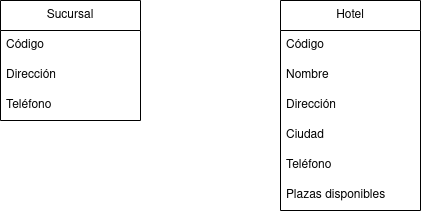
Earlier version of the draw.io export Tema 5. Diagramas de clase/Tarea 2. Agencia viajes/img/AgenciaViajes.drawio.png (colidom/ets). Source tidied: cells renumbered, new cells last; positions are measured from the earlier drawing's top-left corner, leaving out a move shared by most shapes. Source of this version:
```xml
<mxGraphModel>
  <root>
    <mxCell id="0" />
    <mxCell id="1" parent="0" />
    <mxCell id="2" value="&lt;div&gt;Sucursal&lt;/div&gt;" style="swimlane;fontStyle=0;horizontal=1;startSize=30;whiteSpace=wrap;html=1;" parent="1" vertex="1">
      <mxGeometry width="140" height="120" as="geometry" />
    </mxCell>
    <mxCell id="3" value="Código" style="text;strokeColor=none;fillColor=none;align=left;verticalAlign=middle;spacingLeft=4;spacingRight=4;overflow=hidden;points=[[0,0.5],[1,0.5]];portConstraint=eastwest;whiteSpace=wrap;html=1;" parent="2" vertex="1">
      <mxGeometry y="30" width="140" height="30" as="geometry" />
    </mxCell>
    <mxCell id="4" value="Dirección" style="text;strokeColor=none;fillColor=none;align=left;verticalAlign=middle;spacingLeft=4;spacingRight=4;overflow=hidden;points=[[0,0.5],[1,0.5]];portConstraint=eastwest;whiteSpace=wrap;html=1;" parent="2" vertex="1">
      <mxGeometry y="60" width="140" height="30" as="geometry" />
    </mxCell>
    <mxCell id="5" value="Teléfono" style="text;strokeColor=none;fillColor=none;align=left;verticalAlign=middle;spacingLeft=4;spacingRight=4;overflow=hidden;whiteSpace=wrap;html=1;" parent="2" vertex="1">
      <mxGeometry y="90" width="140" height="30" as="geometry" />
    </mxCell>
    <mxCell id="6" value="Hotel" style="swimlane;fontStyle=0;horizontal=1;startSize=30;whiteSpace=wrap;html=1;" parent="1" vertex="1">
      <mxGeometry x="280" width="140" height="210" as="geometry" />
    </mxCell>
    <mxCell id="7" value="Código" style="text;strokeColor=none;fillColor=none;align=left;verticalAlign=middle;spacingLeft=4;spacingRight=4;overflow=hidden;whiteSpace=wrap;html=1;" parent="6" vertex="1">
      <mxGeometry y="30" width="140" height="30" as="geometry" />
    </mxCell>
    <mxCell id="8" value="Nombre" style="text;strokeColor=none;fillColor=none;align=left;verticalAlign=middle;spacingLeft=4;spacingRight=4;overflow=hidden;whiteSpace=wrap;html=1;" parent="6" vertex="1">
      <mxGeometry y="60" width="140" height="30" as="geometry" />
    </mxCell>
    <mxCell id="9" value="Dirección" style="text;strokeColor=none;fillColor=none;align=left;verticalAlign=middle;spacingLeft=4;spacingRight=4;overflow=hidden;whiteSpace=wrap;html=1;" parent="6" vertex="1">
      <mxGeometry y="90" width="140" height="30" as="geometry" />
    </mxCell>
    <mxCell id="10" value="Ciudad" style="text;strokeColor=none;fillColor=none;align=left;verticalAlign=middle;spacingLeft=4;spacingRight=4;overflow=hidden;points=[[0,0.5],[1,0.5]];portConstraint=eastwest;whiteSpace=wrap;html=1;" parent="6" vertex="1">
      <mxGeometry y="120" width="140" height="30" as="geometry" />
    </mxCell>
    <mxCell id="11" value="Teléfono" style="text;strokeColor=none;fillColor=none;align=left;verticalAlign=middle;spacingLeft=4;spacingRight=4;overflow=hidden;whiteSpace=wrap;html=1;" parent="6" vertex="1">
      <mxGeometry y="150" width="140" height="30" as="geometry" />
    </mxCell>
    <mxCell id="12" value="Plazas disponibles" style="text;strokeColor=none;fillColor=none;align=left;verticalAlign=middle;spacingLeft=4;spacingRight=4;overflow=hidden;whiteSpace=wrap;html=1;" parent="6" vertex="1">
      <mxGeometry y="180" width="140" height="30" as="geometry" />
    </mxCell>
  </root>
</mxGraphModel>
```
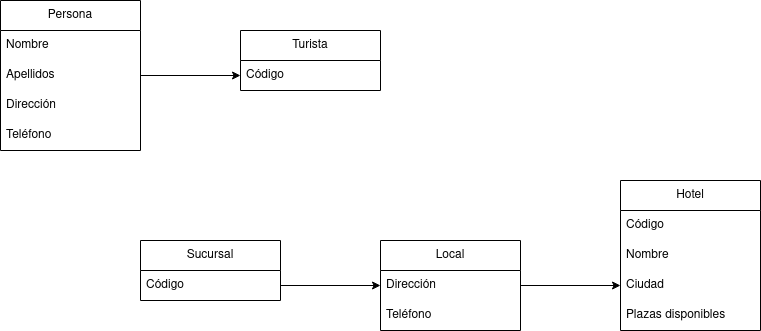
The same diagram one commit later.

Diff of the diagram source:
```diff
@@ -3,19 +3,13 @@
     <mxCell id="0" />
     <mxCell id="1" parent="0" />
     <mxCell id="2" value="&lt;div&gt;Sucursal&lt;/div&gt;" style="swimlane;fontStyle=0;horizontal=1;startSize=30;whiteSpace=wrap;html=1;" parent="1" vertex="1">
-      <mxGeometry width="140" height="120" as="geometry" />
+      <mxGeometry x="100" y="320" width="140" height="60" as="geometry" />
     </mxCell>
     <mxCell id="3" value="Código" style="text;strokeColor=none;fillColor=none;align=left;verticalAlign=middle;spacingLeft=4;spacingRight=4;overflow=hidden;points=[[0,0.5],[1,0.5]];portConstraint=eastwest;whiteSpace=wrap;html=1;" parent="2" vertex="1">
       <mxGeometry y="30" width="140" height="30" as="geometry" />
     </mxCell>
-    <mxCell id="4" value="Dirección" style="text;strokeColor=none;fillColor=none;align=left;verticalAlign=middle;spacingLeft=4;spacingRight=4;overflow=hidden;points=[[0,0.5],[1,0.5]];portConstraint=eastwest;whiteSpace=wrap;html=1;" parent="2" vertex="1">
-      <mxGeometry y="60" width="140" height="30" as="geometry" />
-    </mxCell>
-    <mxCell id="5" value="Teléfono" style="text;strokeColor=none;fillColor=none;align=left;verticalAlign=middle;spacingLeft=4;spacingRight=4;overflow=hidden;whiteSpace=wrap;html=1;" parent="2" vertex="1">
-      <mxGeometry y="90" width="140" height="30" as="geometry" />
-    </mxCell>
     <mxCell id="6" value="Hotel" style="swimlane;fontStyle=0;horizontal=1;startSize=30;whiteSpace=wrap;html=1;" parent="1" vertex="1">
-      <mxGeometry x="280" width="140" height="210" as="geometry" />
+      <mxGeometry x="580" y="260" width="140" height="150" as="geometry" />
     </mxCell>
     <mxCell id="7" value="Código" style="text;strokeColor=none;fillColor=none;align=left;verticalAlign=middle;spacingLeft=4;spacingRight=4;overflow=hidden;whiteSpace=wrap;html=1;" parent="6" vertex="1">
       <mxGeometry y="30" width="140" height="30" as="geometry" />
@@ -23,17 +17,50 @@
     <mxCell id="8" value="Nombre" style="text;strokeColor=none;fillColor=none;align=left;verticalAlign=middle;spacingLeft=4;spacingRight=4;overflow=hidden;whiteSpace=wrap;html=1;" parent="6" vertex="1">
       <mxGeometry y="60" width="140" height="30" as="geometry" />
     </mxCell>
+    <mxCell id="10" value="Ciudad" style="text;strokeColor=none;fillColor=none;align=left;verticalAlign=middle;spacingLeft=4;spacingRight=4;overflow=hidden;points=[[0,0.5],[1,0.5]];portConstraint=eastwest;whiteSpace=wrap;html=1;" parent="6" vertex="1">
+      <mxGeometry y="90" width="140" height="30" as="geometry" />
+    </mxCell>
+    <mxCell id="12" value="Plazas disponibles" style="text;strokeColor=none;fillColor=none;align=left;verticalAlign=middle;spacingLeft=4;spacingRight=4;overflow=hidden;whiteSpace=wrap;html=1;" parent="6" vertex="1">
+      <mxGeometry y="120" width="140" height="30" as="geometry" />
+    </mxCell>
+    <mxCell id="13" value="&lt;div&gt;Persona&lt;/div&gt;" style="swimlane;fontStyle=0;horizontal=1;startSize=30;whiteSpace=wrap;html=1;" parent="1" vertex="1">
+      <mxGeometry x="-40" y="80" width="140" height="150" as="geometry" />
+    </mxCell>
+    <mxCell id="14" value="Nombre" style="text;strokeColor=none;fillColor=none;align=left;verticalAlign=middle;spacingLeft=4;spacingRight=4;overflow=hidden;whiteSpace=wrap;html=1;" parent="13" vertex="1">
+      <mxGeometry y="30" width="140" height="30" as="geometry" />
+    </mxCell>
+    <mxCell id="15" value="Apellidos" style="text;strokeColor=none;fillColor=none;align=left;verticalAlign=middle;spacingLeft=4;spacingRight=4;overflow=hidden;points=[[0,0.5],[1,0.5]];portConstraint=eastwest;whiteSpace=wrap;html=1;" parent="13" vertex="1">
+      <mxGeometry y="60" width="140" height="30" as="geometry" />
+    </mxCell>
-    <mxCell id="9" value="Dirección" style="text;strokeColor=none;fillColor=none;align=left;verticalAlign=middle;spacingLeft=4;spacingRight=4;overflow=hidden;whiteSpace=wrap;html=1;" parent="6" vertex="1">
+    <mxCell id="9" value="Dirección" style="text;strokeColor=none;fillColor=none;align=left;verticalAlign=middle;spacingLeft=4;spacingRight=4;overflow=hidden;whiteSpace=wrap;html=1;" parent="13" vertex="1">
       <mxGeometry y="90" width="140" height="30" as="geometry" />
     </mxCell>
-    <mxCell id="10" value="Ciudad" style="text;strokeColor=none;fillColor=none;align=left;verticalAlign=middle;spacingLeft=4;spacingRight=4;overflow=hidden;points=[[0,0.5],[1,0.5]];portConstraint=eastwest;whiteSpace=wrap;html=1;" parent="6" vertex="1">
-      <mxGeometry y="120" width="140" height="30" as="geometry" />
-    </mxCell>
-    <mxCell id="11" value="Teléfono" style="text;strokeColor=none;fillColor=none;align=left;verticalAlign=middle;spacingLeft=4;spacingRight=4;overflow=hidden;whiteSpace=wrap;html=1;" parent="6" vertex="1">
-      <mxGeometry y="150" width="140" height="30" as="geometry" />
-    </mxCell>
-    <mxCell id="12" value="Plazas disponibles" style="text;strokeColor=none;fillColor=none;align=left;verticalAlign=middle;spacingLeft=4;spacingRight=4;overflow=hidden;whiteSpace=wrap;html=1;" parent="6" vertex="1">
-      <mxGeometry y="180" width="140" height="30" as="geometry" />
-    </mxCell>
+    <mxCell id="16" value="Teléfono" style="text;strokeColor=none;fillColor=none;align=left;verticalAlign=middle;spacingLeft=4;spacingRight=4;overflow=hidden;whiteSpace=wrap;html=1;" parent="13" vertex="1">
+      <mxGeometry y="120" width="140" height="30" as="geometry" />
+    </mxCell>
+    <mxCell id="17" value="Turista" style="swimlane;fontStyle=0;horizontal=1;startSize=30;whiteSpace=wrap;html=1;" parent="1" vertex="1">
+      <mxGeometry x="200" y="110" width="140" height="60" as="geometry" />
+    </mxCell>
+    <mxCell id="18" value="Código" style="text;strokeColor=none;fillColor=none;align=left;verticalAlign=middle;spacingLeft=4;spacingRight=4;overflow=hidden;points=[[0,0.5],[1,0.5]];portConstraint=eastwest;whiteSpace=wrap;html=1;" parent="17" vertex="1">
+      <mxGeometry y="30" width="140" height="30" as="geometry" />
+    </mxCell>
+    <mxCell id="19" style="edgeStyle=orthogonalEdgeStyle;rounded=0;jettySize=auto;html=1;" parent="1" edge="1" source="15" target="18">
+      <mxGeometry relative="1" as="geometry" />
+    </mxCell>
+    <mxCell id="20" value="Local" style="swimlane;fontStyle=0;horizontal=1;startSize=30;whiteSpace=wrap;html=1;" parent="1" vertex="1">
+      <mxGeometry x="340" y="320" width="140" height="90" as="geometry" />
+    </mxCell>
+    <mxCell id="4" value="Dirección" style="text;strokeColor=none;fillColor=none;align=left;verticalAlign=middle;spacingLeft=4;spacingRight=4;overflow=hidden;points=[[0,0.5],[1,0.5]];portConstraint=eastwest;whiteSpace=wrap;html=1;" parent="20" vertex="1">
+      <mxGeometry y="30" width="140" height="30" as="geometry" />
+    </mxCell>
+    <mxCell id="21" value="Teléfono" style="text;strokeColor=none;fillColor=none;align=left;verticalAlign=middle;spacingLeft=4;spacingRight=4;overflow=hidden;whiteSpace=wrap;html=1;" parent="20" vertex="1">
+      <mxGeometry y="60" width="140" height="30" as="geometry" />
+    </mxCell>
+    <mxCell id="22" style="edgeStyle=orthogonalEdgeStyle;rounded=0;jettySize=auto;html=1;" parent="1" edge="1" source="4" target="10">
+      <mxGeometry relative="1" as="geometry" />
+    </mxCell>
+    <mxCell id="23" style="edgeStyle=orthogonalEdgeStyle;rounded=0;jettySize=auto;html=1;entryX=0;entryY=0.5;entryDx=0;entryDy=0;" parent="1" edge="1" source="3" target="4">
+      <mxGeometry relative="1" as="geometry" />
+    </mxCell>
   </root>
 </mxGraphModel>
```
